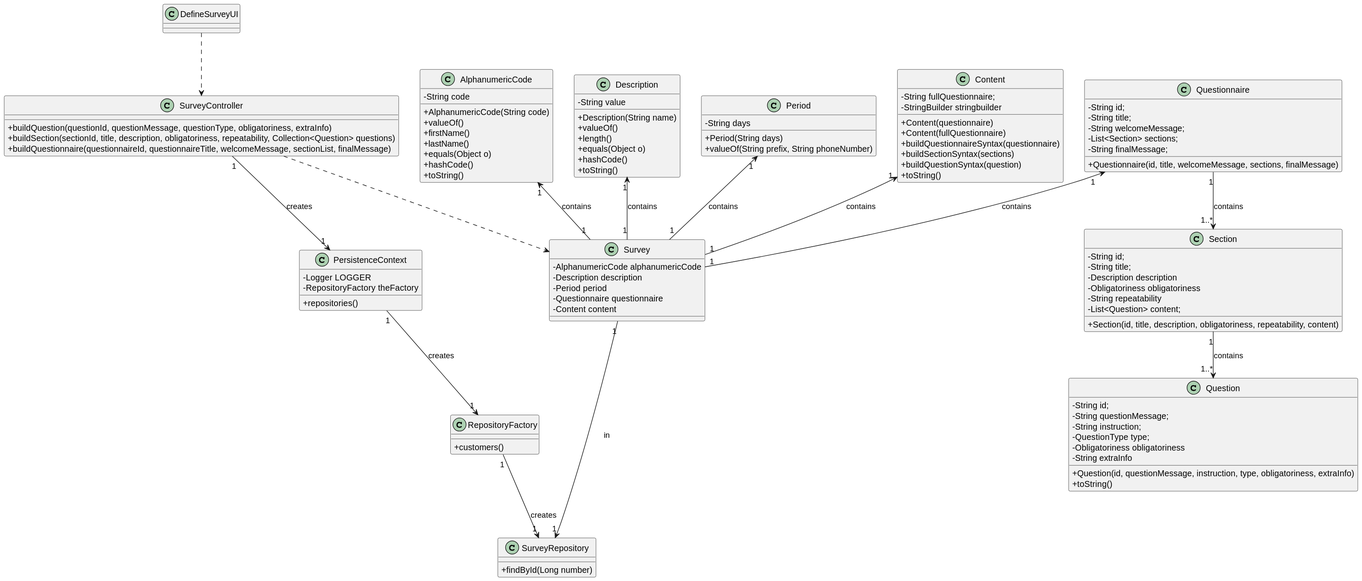
Before: docs/1201568/US3001/Diagramas/CD.svg, a diagram exported from PlantUML (RuiRioPina/LAPR4-21-22). Its diagram source:
```plantuml
@startuml
skinparam classAttributeIconSize 0

Class "DefineSurveyUI"{
}

Class "SurveyController"{
+buildQuestion(questionId, questionMessage, questionType, obligatoriness, extraInfo)
+buildSection(sectionId, title, description, obligatoriness, repeatability, Collection<Question> questions)
+buildQuestionnaire(questionnaireId, questionnaireTitle, welcomeMessage, sectionList, finalMessage)
}

Class "AlphanumericCode"{
-String code

+AlphanumericCode(String code)
+valueOf()
+firstName()
+lastName()
+equals(Object o)
+hashCode()
+toString()
}

Class "Description"{
-String value

+Description(String name)
+valueOf()
+length()
+equals(Object o)
+hashCode()
+toString()
}
Class "Period"{
     -String days
     +Period(String days)
     +valueOf(String prefix, String phoneNumber)
}
Class "Questionnaire"{
     -String id;
     -String title;
     -String welcomeMessage;
     -List<Section> sections;
     -String finalMessage;

+Questionnaire(id, title, welcomeMessage, sections, finalMessage)
}

Class "Section"{
     -String id;
     -String title;
     -Description description
     -Obligatoriness obligatoriness
     -String repeatability
     -List<Question> content;

     +Section(id, title, description, obligatoriness, repeatability, content)
}

Class "Question"{
     -String id;
     -String questionMessage;
     -String instruction;
     -QuestionType type;
     -Obligatoriness obligatoriness
     -String extraInfo

     +Question(id, questionMessage, instruction, type, obligatoriness, extraInfo)
     +toString()
}


class Content {
-String fullQuestionnaire;
-StringBuilder stringbuilder

+Content(questionnaire)
+Content(fullQuestionnaire)
+buildQuestionnaireSyntax(questionnaire)
+buildSectionSyntax(sections)
+buildQuestionSyntax(question)
+toString()

}

class Survey{
-AlphanumericCode alphanumericCode
-Description description
-Period period
-Questionnaire questionnaire
-Content content
}



class PersistenceContext {
-Logger LOGGER
-RepositoryFactory theFactory
+repositories()
}

class RepositoryFactory{
+customers()
}

class SurveyRepository{
+findById(Long number)
}


DefineSurveyUI..> SurveyController
SurveyController..> Survey

"AlphanumericCode" "1" <-- "1" Survey : contains
"Description" "1" <-- "1" Survey : contains
"Period" "1" <-- "1" Survey : contains
"Questionnaire" "1" <-- "1" Survey : contains
"Content" "1" <-- "1" Survey : contains

"Questionnaire" "1" --> "1..*" "Section" :contains

"Section" "1" --> "1..*" "Question" :contains



"SurveyController" "1" --> "1" "PersistenceContext" :creates


"PersistenceContext" "1" --> "1" "RepositoryFactory" :creates


"RepositoryFactory" "1" --> "1" "SurveyRepository"  :creates


"Survey" "1" --> "1" "SurveyRepository" :in
@enduml
```
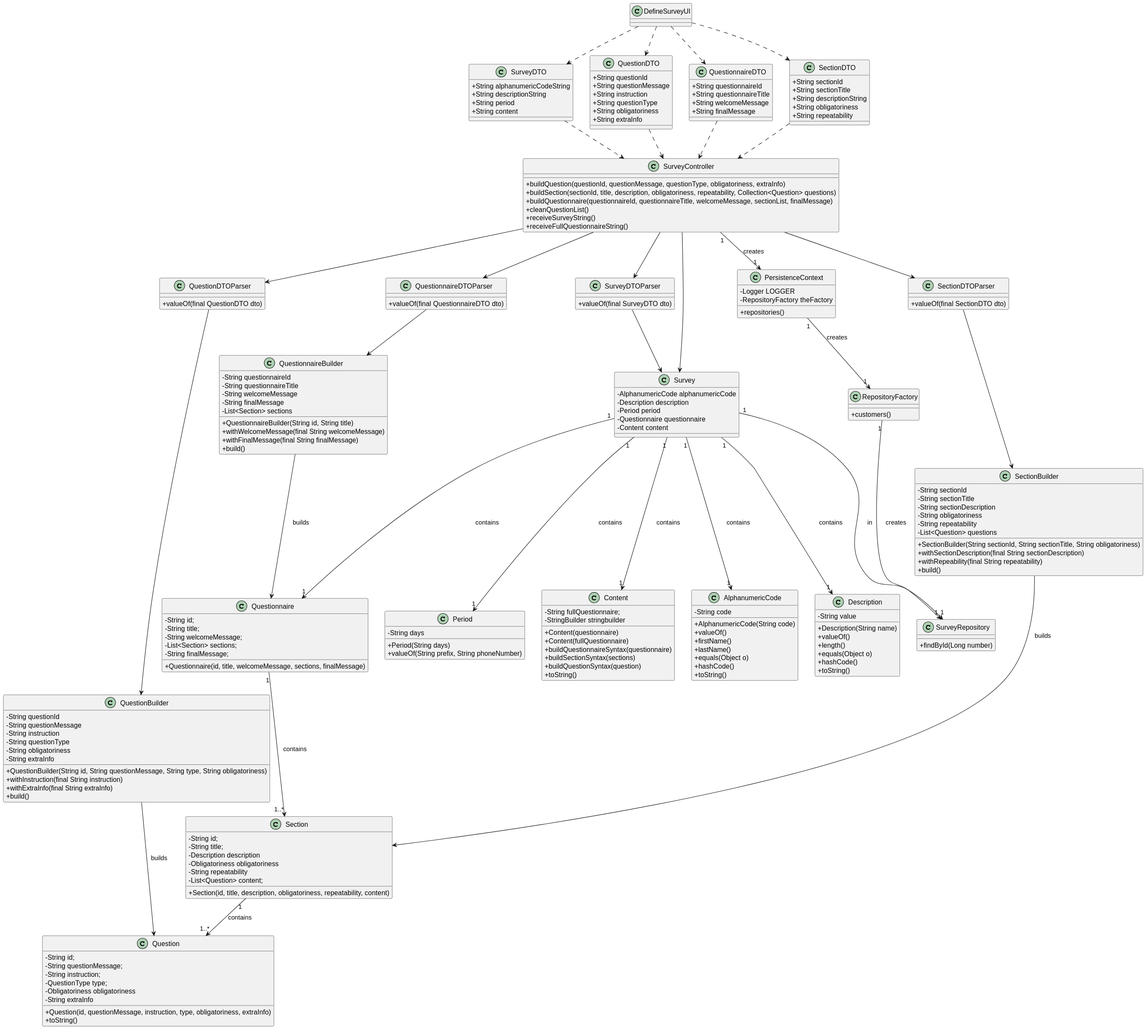
Above is the later version.

Change to the diagram source:
```diff
@@ -8,6 +8,9 @@
 +buildQuestion(questionId, questionMessage, questionType, obligatoriness, extraInfo)
 +buildSection(sectionId, title, description, obligatoriness, repeatability, Collection<Question> questions)
 +buildQuestionnaire(questionnaireId, questionnaireTitle, welcomeMessage, sectionList, finalMessage)
++cleanQuestionList()
++receiveSurveyString()
++receiveFullQuestionnaireString()
 }
 
 Class "AlphanumericCode"{
@@ -32,6 +35,96 @@
 +hashCode()
 +toString()
 }
+
+Class "QuestionDTO"{
+     +String questionId
+     +String questionMessage
+     +String instruction
+     +String questionType
+     +String obligatoriness
+     +String extraInfo
+}
+
+Class "QuestionnaireDTO"{
+     +String questionnaireId
+     +String questionnaireTitle
+     +String welcomeMessage
+     +String finalMessage
+}
+
+Class "SectionDTO"{
+    +String sectionId
+    +String sectionTitle
+    +String descriptionString
+    +String obligatoriness
+    +String repeatability
+}
+
+Class "SurveyDTO"{
+     +String alphanumericCodeString
+     +String descriptionString
+     +String period
+     +String content
+}
+
+Class "QuestionDTOParser"{
+     +valueOf(final QuestionDTO dto)
+}
+
+Class "QuestionnaireDTOParser"{
+     +valueOf(final QuestionnaireDTO dto)
+}
+
+Class "SectionDTOParser"{
+     +valueOf(final SectionDTO dto)
+}
+
+Class "SurveyDTOParser"{
+     +valueOf(final SurveyDTO dto)
+}
+
+Class "QuestionBuilder"{
+     -String questionId
+     -String questionMessage
+     -String instruction
+     -String questionType
+     -String obligatoriness
+     -String extraInfo
+
+     +QuestionBuilder(String id, String questionMessage, String type, String obligatoriness)
+     +withInstruction(final String instruction)
+     +withExtraInfo(final String extraInfo)
+     +build()
+}
+
+
+Class "QuestionnaireBuilder"{
+     -String questionnaireId
+     -String questionnaireTitle
+     -String welcomeMessage
+     -String finalMessage
+     -List<Section> sections
+     +QuestionnaireBuilder(String id, String title)
+     +withWelcomeMessage(final String welcomeMessage)
+     +withFinalMessage(final String finalMessage)
+     +build()
+}
+
+Class "SectionBuilder"{
+     - String sectionId
+     - String sectionTitle
+     - String sectionDescription
+     - String obligatoriness
+     - String repeatability
+     - List<Question> questions
+     +SectionBuilder(String sectionId, String sectionTitle, String obligatoriness)
+     +withSectionDescription(final String sectionDescription)
+     +withRepeability(final String repeatability)
+     +build()
+}
+
+
+
 Class "Period"{
      -String days
      +Period(String days)
@@ -108,15 +201,38 @@
 +findById(Long number)
 }
 
+DefineSurveyUI..> "SectionDTO"
+DefineSurveyUI..> "QuestionnaireDTO"
+DefineSurveyUI..> "QuestionDTO"
+DefineSurveyUI..> "SurveyDTO"
 
-DefineSurveyUI..> SurveyController
-SurveyController..> Survey
+SurveyController <.u. "SectionDTO"
+SurveyController <.u. "QuestionnaireDTO"
+SurveyController <.u. "QuestionDTO"
+SurveyController <.u. "SurveyDTO"
 
-"AlphanumericCode" "1" <-- "1" Survey : contains
-"Description" "1" <-- "1" Survey : contains
-"Period" "1" <-- "1" Survey : contains
-"Questionnaire" "1" <-- "1" Survey : contains
-"Content" "1" <-- "1" Survey : contains
+SurveyController --> Survey
+
+SurveyController --> "SurveyDTOParser"
+SurveyController --> "QuestionnaireDTOParser"
+SurveyController --> "SectionDTOParser"
+SurveyController --> "QuestionDTOParser"
+
+"Survey" <-u- "SurveyDTOParser"
+"QuestionnaireBuilder" <-u- "QuestionnaireDTOParser"
+"SectionBuilder" <-u- "SectionDTOParser"
+QuestionBuilder <-u- "QuestionDTOParser"
+
+"QuestionnaireBuilder" -d-> "Questionnaire" :builds
+"SectionBuilder" -d-> "Section" :builds
+QuestionBuilder -d-> "Question" :builds
+
+
+"AlphanumericCode" "1" <-u- "1" Survey : contains
+"Description" "1" <-u- "1" Survey : contains
+"Period" "1" <-u- "1" Survey : contains
+"Questionnaire" "1" <-u- "1" Survey : contains
+"Content" "1" <-u- "1" Survey : contains
 
 "Questionnaire" "1" --> "1..*" "Section" :contains
 
```
